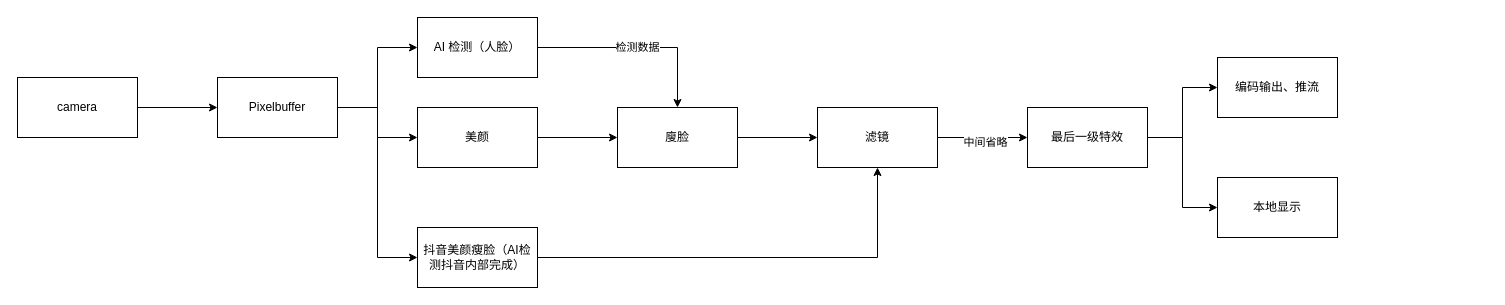
This is huajiao iOS render.drawio from loleng/mediatools, a draw.io file, before an edit. Source tidied: cells renumbered, new cells numbered last; positions are measured from the earlier drawing's top-left corner, leaving out a move shared by most shapes. Both pictures are drawn from the tidied source at 100%, with x=0, y=0 at pixel (17, 17).
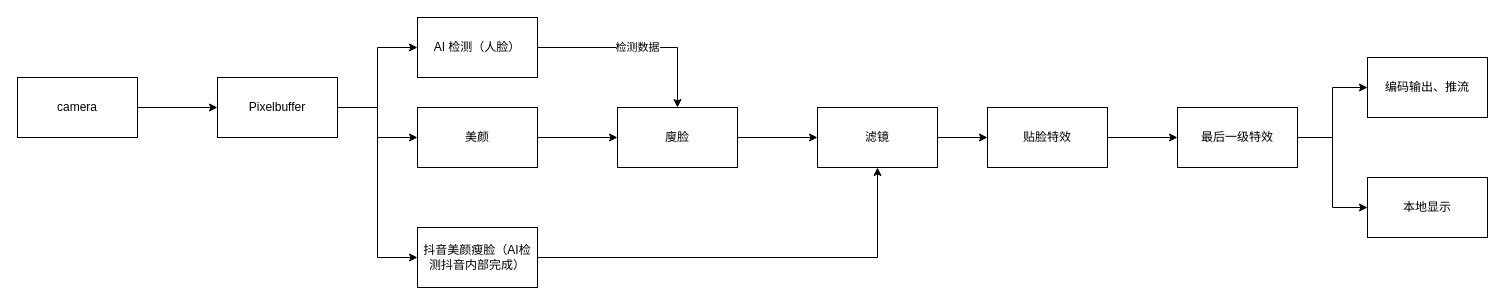
The same page after the edit.

The change refers to these unchanged cells:
```xml
<mxCell id="16" value="滤镜" style="whiteSpace=wrap;html=1;rounded=0;" parent="1" vertex="1">
  <mxGeometry x="800" y="90" width="120" height="60" as="geometry" />
</mxCell>
```

The edit, as a diff of the source:
```diff
@@
-    <mxCell id="14" style="edgeStyle=orthogonalEdgeStyle;rounded=0;jettySize=auto;html=1;" parent="1" edge="1" source="16" target="19">
-      <mxGeometry relative="1" as="geometry" />
-    </mxCell>
-    <mxCell id="15" value="中间省略" style="edgeLabel;html=1;align=center;verticalAlign=middle;" parent="14" vertex="1">
-      <mxGeometry x="0.04" y="-4" relative="1" as="geometry" />
-    </mxCell>
+    <mxCell id="24" style="edgeStyle=orthogonalEdgeStyle;rounded=0;jettySize=auto;html=1;" parent="1" edge="1" source="16" target="26">
+      <mxGeometry relative="1" as="geometry" />
+    </mxCell>
@@
     <mxCell id="19" value="最后一级特效" style="rounded=0;whiteSpace=wrap;html=1;" parent="1" vertex="1">
-      <mxGeometry x="1010" y="90" width="120" height="60" as="geometry" />
+      <mxGeometry x="1160" y="90" width="120" height="60" as="geometry" />
     </mxCell>
@@
     <mxCell id="22" value="编码输出、推流" style="rounded=0;whiteSpace=wrap;html=1;" parent="1" vertex="1">
-      <mxGeometry x="1200" y="40" width="120" height="60" as="geometry" />
+      <mxGeometry x="1350" y="40" width="120" height="60" as="geometry" />
     </mxCell>
     <mxCell id="23" value="本地显示" style="rounded=0;whiteSpace=wrap;html=1;" parent="1" vertex="1">
-      <mxGeometry x="1200" y="160" width="120" height="60" as="geometry" />
+      <mxGeometry x="1350" y="160" width="120" height="60" as="geometry" />
     </mxCell>
+    <mxCell id="25" style="edgeStyle=orthogonalEdgeStyle;rounded=0;jettySize=auto;html=1;" parent="1" edge="1" source="26" target="19">
+      <mxGeometry relative="1" as="geometry" />
+    </mxCell>
+    <mxCell id="26" value="贴脸特效" style="rounded=0;whiteSpace=wrap;html=1;" parent="1" vertex="1">
+      <mxGeometry x="970" y="90" width="120" height="60" as="geometry" />
+    </mxCell>
```
